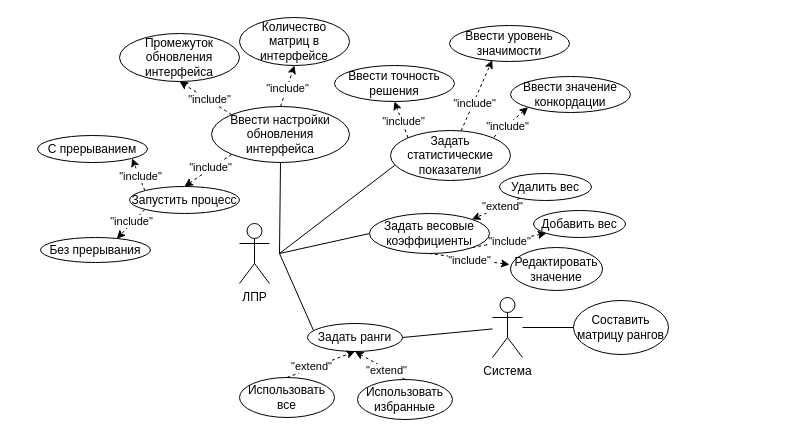
Above: draw_io/useCase.drawio in Dimj1k/Works (draw.io), before the change. Source tidied: cells renumbered, new cells numbered last; positions are measured from the earlier drawing's top-left corner, leaving out a move shared by most shapes. Both pictures are drawn from the tidied source at 100%, with x=0, y=0 at pixel (37, 17).
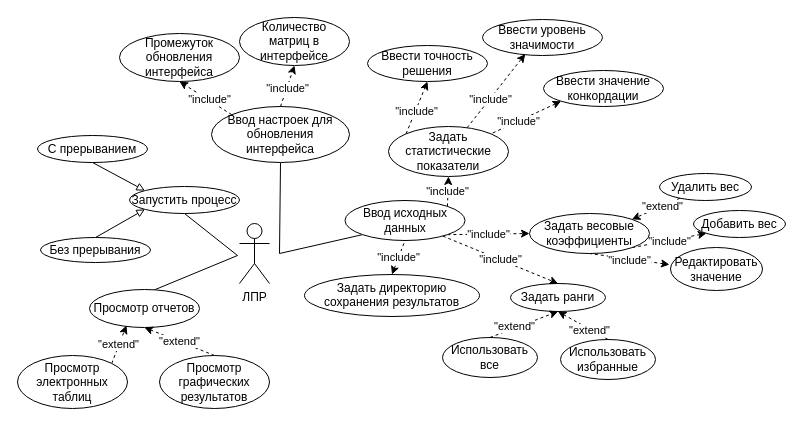
Above is the later version.

Unchanged cells that the change refers to:
```xml
<mxCell id="30" value="Запустить процесс" style="ellipse;whiteSpace=wrap;html=1;" parent="1" vertex="1">
  <mxGeometry x="92" y="169" width="110" height="27" as="geometry" />
</mxCell>
<mxCell id="31" value="С прерыванием" style="ellipse;whiteSpace=wrap;html=1;" parent="1" vertex="1">
  <mxGeometry y="118" width="110" height="27" as="geometry" />
</mxCell>
<mxCell id="32" value="Без прерывания" style="ellipse;whiteSpace=wrap;html=1;" parent="1" vertex="1">
  <mxGeometry x="3" y="220" width="110" height="25" as="geometry" />
</mxCell>
```

Diff of the diagram source:
```diff
@@
+    <mxCell id="41" style="rounded=0;jettySize=auto;html=1;entryX=0.5;entryY=1;entryDx=0;entryDy=0;endArrow=none;endFill=0;" parent="1" edge="1" target="30">
+      <mxGeometry relative="1" as="geometry">
+        <mxPoint x="200" y="238" as="sourcePoint" />
+      </mxGeometry>
+    </mxCell>
@@
-    <mxCell id="3" style="endArrow=none;html=1;rounded=0;endFill=0;" parent="1" edge="1">
+    <mxCell id="3" style="endArrow=none;html=1;rounded=0;endFill=0;entryX=0;entryY=1;entryDx=0;entryDy=0;" parent="1" edge="1" target="48">
       <mxGeometry relative="1" as="geometry">
         <mxPoint x="242" y="236" as="sourcePoint" />
-        <mxPoint x="332" y="216" as="targetPoint" />
       </mxGeometry>
     </mxCell>
-    <mxCell id="4" style="endArrow=none;html=1;rounded=0;endFill=0;" parent="1" edge="1">
-      <mxGeometry relative="1" as="geometry">
-        <mxPoint x="242" y="236" as="sourcePoint" />
-        <mxPoint x="276" y="313" as="targetPoint" />
-      </mxGeometry>
-    </mxCell>
@@
     <mxCell id="6" value="Задать&lt;br&gt;статистические показатели" style="ellipse;whiteSpace=wrap;html=1;" parent="1" vertex="1">
-      <mxGeometry x="353" y="113" width="120" height="50" as="geometry" />
+      <mxGeometry x="351" y="109" width="120" height="50" as="geometry" />
     </mxCell>
@@
     <mxCell id="8" value="Ввести значение конкордации" style="ellipse;whiteSpace=wrap;html=1;" parent="1" vertex="1">
-      <mxGeometry x="473" y="59" width="120" height="36" as="geometry" />
+      <mxGeometry x="506" y="53" width="120" height="36" as="geometry" />
     </mxCell>
     <mxCell id="9" value="Ввести уровень значимости" style="ellipse;whiteSpace=wrap;html=1;" parent="1" vertex="1">
-      <mxGeometry x="412" y="8" width="120" height="36" as="geometry" />
+      <mxGeometry x="445" y="2" width="120" height="36" as="geometry" />
     </mxCell>
     <mxCell id="10" value="Ввести точность решения" style="ellipse;whiteSpace=wrap;html=1;" parent="1" vertex="1">
-      <mxGeometry x="297" y="48" width="120" height="36" as="geometry" />
+      <mxGeometry x="330" y="28" width="120" height="36" as="geometry" />
     </mxCell>
@@
-    <mxCell id="12" style="endArrow=none;html=1;rounded=0;endFill=0;" parent="1" edge="1">
-      <mxGeometry relative="1" as="geometry">
-        <mxPoint x="242" y="236" as="sourcePoint" />
-        <mxPoint x="357" y="148" as="targetPoint" />
-      </mxGeometry>
-    </mxCell>
     <mxCell id="13" value="Задать ранги" style="ellipse;whiteSpace=wrap;html=1;" parent="1" vertex="1">
-      <mxGeometry x="270" y="306" width="95" height="28" as="geometry" />
+      <mxGeometry x="473" y="266" width="95" height="28" as="geometry" />
     </mxCell>
     <mxCell id="14" value="Удалить вес" style="ellipse;whiteSpace=wrap;html=1;" parent="1" vertex="1">
-      <mxGeometry x="462" y="156" width="92" height="27" as="geometry" />
+      <mxGeometry x="622" y="156" width="92" height="27" as="geometry" />
     </mxCell>
@@
     <mxCell id="16" value="Добавить вес" style="ellipse;whiteSpace=wrap;html=1;" parent="1" vertex="1">
-      <mxGeometry x="496" y="193" width="92" height="27" as="geometry" />
+      <mxGeometry x="656" y="193" width="92" height="27" as="geometry" />
     </mxCell>
@@
     <mxCell id="18" value="Задать весовые&lt;br&gt;коэффициенты" style="ellipse;whiteSpace=wrap;html=1;" parent="1" vertex="1">
-      <mxGeometry x="332" y="196" width="120" height="40" as="geometry" />
+      <mxGeometry x="492" y="196" width="120" height="40" as="geometry" />
     </mxCell>
     <mxCell id="19" value="Использовать все" style="ellipse;whiteSpace=wrap;html=1;" parent="1" vertex="1">
-      <mxGeometry x="202" y="360" width="95" height="40" as="geometry" />
+      <mxGeometry x="405" y="320" width="95" height="40" as="geometry" />
     </mxCell>
@@
-    <mxCell id="21" style="rounded=0;jettySize=auto;html=1;entryX=1;entryY=0.5;entryDx=0;entryDy=0;endArrow=none;endFill=0;" parent="1" edge="1" source="23" target="13">
-      <mxGeometry relative="1" as="geometry" />
-    </mxCell>
-    <mxCell id="22" style="rounded=0;jettySize=auto;html=1;endArrow=none;endFill=0;" parent="1" edge="1" source="23">
-      <mxGeometry relative="1" as="geometry">
-        <mxPoint x="541" y="310" as="targetPoint" />
-      </mxGeometry>
-    </mxCell>
-    <mxCell id="23" value="Система" style="shape=umlActor;verticalLabelPosition=bottom;verticalAlign=top;html=1;outlineConnect=0;" parent="1" vertex="1">
-      <mxGeometry x="455" y="280" width="30" height="60" as="geometry" />
-    </mxCell>
@@
-    <mxCell id="25" value="Ввести настройки обновления интерфейса" style="ellipse;whiteSpace=wrap;html=1;" parent="1" vertex="1">
+    <mxCell id="25" value="Ввод настроек для обновления интерфейса" style="ellipse;whiteSpace=wrap;html=1;" parent="1" vertex="1">
       <mxGeometry x="174" y="89" width="138" height="56" as="geometry" />
     </mxCell>
@@
+    <mxCell id="42" style="rounded=0;jettySize=auto;html=1;exitX=0.5;exitY=0;exitDx=0;exitDy=0;entryX=0;entryY=1;entryDx=0;entryDy=0;endArrow=block;endFill=0;" parent="1" edge="1" source="32" target="30">
+      <mxGeometry relative="1" as="geometry" />
+    </mxCell>
@@
-    <mxCell id="33" value="&quot;include&quot;" style="rounded=0;jettySize=auto;html=1;exitX=0;exitY=1;exitDx=0;exitDy=0;dashed=1;entryX=0.694;entryY=0.049;entryDx=0;entryDy=0;entryPerimeter=0;" parent="1" edge="1" source="30" target="32">
-      <mxGeometry x="-0.13" y="-1" relative="1" as="geometry" />
-    </mxCell>
-    <mxCell id="34" value="&quot;include&quot;" style="rounded=0;jettySize=auto;html=1;exitX=0;exitY=0;exitDx=0;exitDy=0;dashed=1;entryX=1;entryY=1;entryDx=0;entryDy=0;" parent="1" edge="1" source="30" target="31">
-      <mxGeometry x="-0.13" y="-1" relative="1" as="geometry" />
-    </mxCell>
-    <mxCell id="35" value="Составить&lt;br&gt;матрицу рангов" style="ellipse;whiteSpace=wrap;html=1;" parent="1" vertex="1">
-      <mxGeometry x="536" y="283" width="95" height="54" as="geometry" />
-    </mxCell>
     <mxCell id="36" value="Использовать&lt;br&gt;избранные" style="ellipse;whiteSpace=wrap;html=1;" parent="1" vertex="1">
-      <mxGeometry x="320" y="362" width="95" height="40" as="geometry" />
+      <mxGeometry x="523" y="322" width="95" height="40" as="geometry" />
     </mxCell>
@@
     <mxCell id="38" value="Редактировать значение" style="ellipse;whiteSpace=wrap;html=1;" parent="1" vertex="1">
-      <mxGeometry x="473" y="230" width="92" height="43" as="geometry" />
+      <mxGeometry x="633" y="230" width="92" height="43" as="geometry" />
     </mxCell>
@@
-    <mxCell id="40" value="&quot;include&quot;" style="rounded=0;jettySize=auto;html=1;exitX=0;exitY=1;exitDx=0;exitDy=0;dashed=1;entryX=0.5;entryY=0;entryDx=0;entryDy=0;" parent="1" edge="1" source="25" target="30">
-      <mxGeometry x="-0.13" y="-1" relative="1" as="geometry" />
-    </mxCell>
+    <mxCell id="43" value="&quot;include&quot;" style="rounded=0;jettySize=auto;html=1;exitX=0.5;exitY=0;exitDx=0;exitDy=0;endArrow=none;endFill=0;entryX=0.5;entryY=1;entryDx=0;entryDy=0;dashed=1;startArrow=classic;startFill=1;" parent="1" edge="1" source="44" target="48">
+      <mxGeometry relative="1" as="geometry" />
+    </mxCell>
+    <mxCell id="44" value="Задать директорию сохранения результатов" style="ellipse;whiteSpace=wrap;html=1;verticalAlign=top;" parent="1" vertex="1">
+      <mxGeometry x="267" y="257" width="175" height="42" as="geometry" />
+    </mxCell>
+    <mxCell id="45" style="rounded=0;jettySize=auto;html=1;exitX=0.5;exitY=1;exitDx=0;exitDy=0;entryX=0;entryY=0;entryDx=0;entryDy=0;endArrow=block;endFill=0;" parent="1" edge="1" source="31" target="30">
+      <mxGeometry relative="1" as="geometry" />
+    </mxCell>
+    <mxCell id="46" value="&quot;include&quot;" style="rounded=0;jettySize=auto;html=1;entryX=0;entryY=0.5;entryDx=0;entryDy=0;endArrow=classic;endFill=1;startArrow=none;startFill=0;dashed=1;exitX=1;exitY=1;exitDx=0;exitDy=0;" parent="1" edge="1" source="48" target="18">
+      <mxGeometry relative="1" as="geometry" />
+    </mxCell>
+    <mxCell id="47" value="&quot;include&quot;" style="rounded=0;jettySize=auto;html=1;entryX=0.5;entryY=0;entryDx=0;entryDy=0;endArrow=classic;endFill=1;dashed=1;" parent="1" edge="1" source="48" target="13">
+      <mxGeometry relative="1" as="geometry" />
+    </mxCell>
+    <mxCell id="48" value="Ввод исходных&lt;br&gt;данных" style="ellipse;whiteSpace=wrap;html=1;" parent="1" vertex="1">
+      <mxGeometry x="307.5" y="183" width="120" height="40" as="geometry" />
+    </mxCell>
+    <mxCell id="49" value="&quot;include&quot;" style="rounded=0;jettySize=auto;html=1;entryX=0.5;entryY=1;entryDx=0;entryDy=0;endArrow=classic;endFill=1;startArrow=none;startFill=0;dashed=1;exitX=1;exitY=0;exitDx=0;exitDy=0;" parent="1" edge="1" source="48" target="6">
+      <mxGeometry relative="1" as="geometry" />
+    </mxCell>
+    <mxCell id="50" style="rounded=0;orthogonalLoop=1;jettySize=auto;html=1;endArrow=none;endFill=0;" parent="1" edge="1">
+      <mxGeometry relative="1" as="geometry">
+        <mxPoint x="200" y="238" as="sourcePoint" />
+        <mxPoint x="113" y="274" as="targetPoint" />
+      </mxGeometry>
+    </mxCell>
+    <mxCell id="51" value="Просмотр отчетов" style="ellipse;whiteSpace=wrap;html=1;" parent="1" vertex="1">
+      <mxGeometry x="52" y="272" width="110" height="38" as="geometry" />
+    </mxCell>
+    <mxCell id="52" value="&quot;extend&quot;" style="rounded=0;jettySize=auto;html=1;exitX=1;exitY=0;exitDx=0;exitDy=0;entryX=0.336;entryY=0.947;entryDx=0;entryDy=0;entryPerimeter=0;dashed=1;" parent="1" edge="1" source="53" target="51">
+      <mxGeometry relative="1" as="geometry" />
+    </mxCell>
+    <mxCell id="53" value="Просмотр электронных таблиц" style="ellipse;whiteSpace=wrap;html=1;" parent="1" vertex="1">
+      <mxGeometry x="-20" y="338" width="110" height="53" as="geometry" />
+    </mxCell>
+    <mxCell id="54" value="&quot;extend&quot;" style="rounded=0;jettySize=auto;html=1;exitX=0.5;exitY=0;exitDx=0;exitDy=0;entryX=0.5;entryY=1;entryDx=0;entryDy=0;endArrow=classic;endFill=1;dashed=1;" parent="1" edge="1" source="55" target="51">
+      <mxGeometry relative="1" as="geometry" />
+    </mxCell>
+    <mxCell id="55" value="Просмотр графических результатов" style="ellipse;whiteSpace=wrap;html=1;" parent="1" vertex="1">
+      <mxGeometry x="122" y="338" width="110" height="53" as="geometry" />
+    </mxCell>
```
